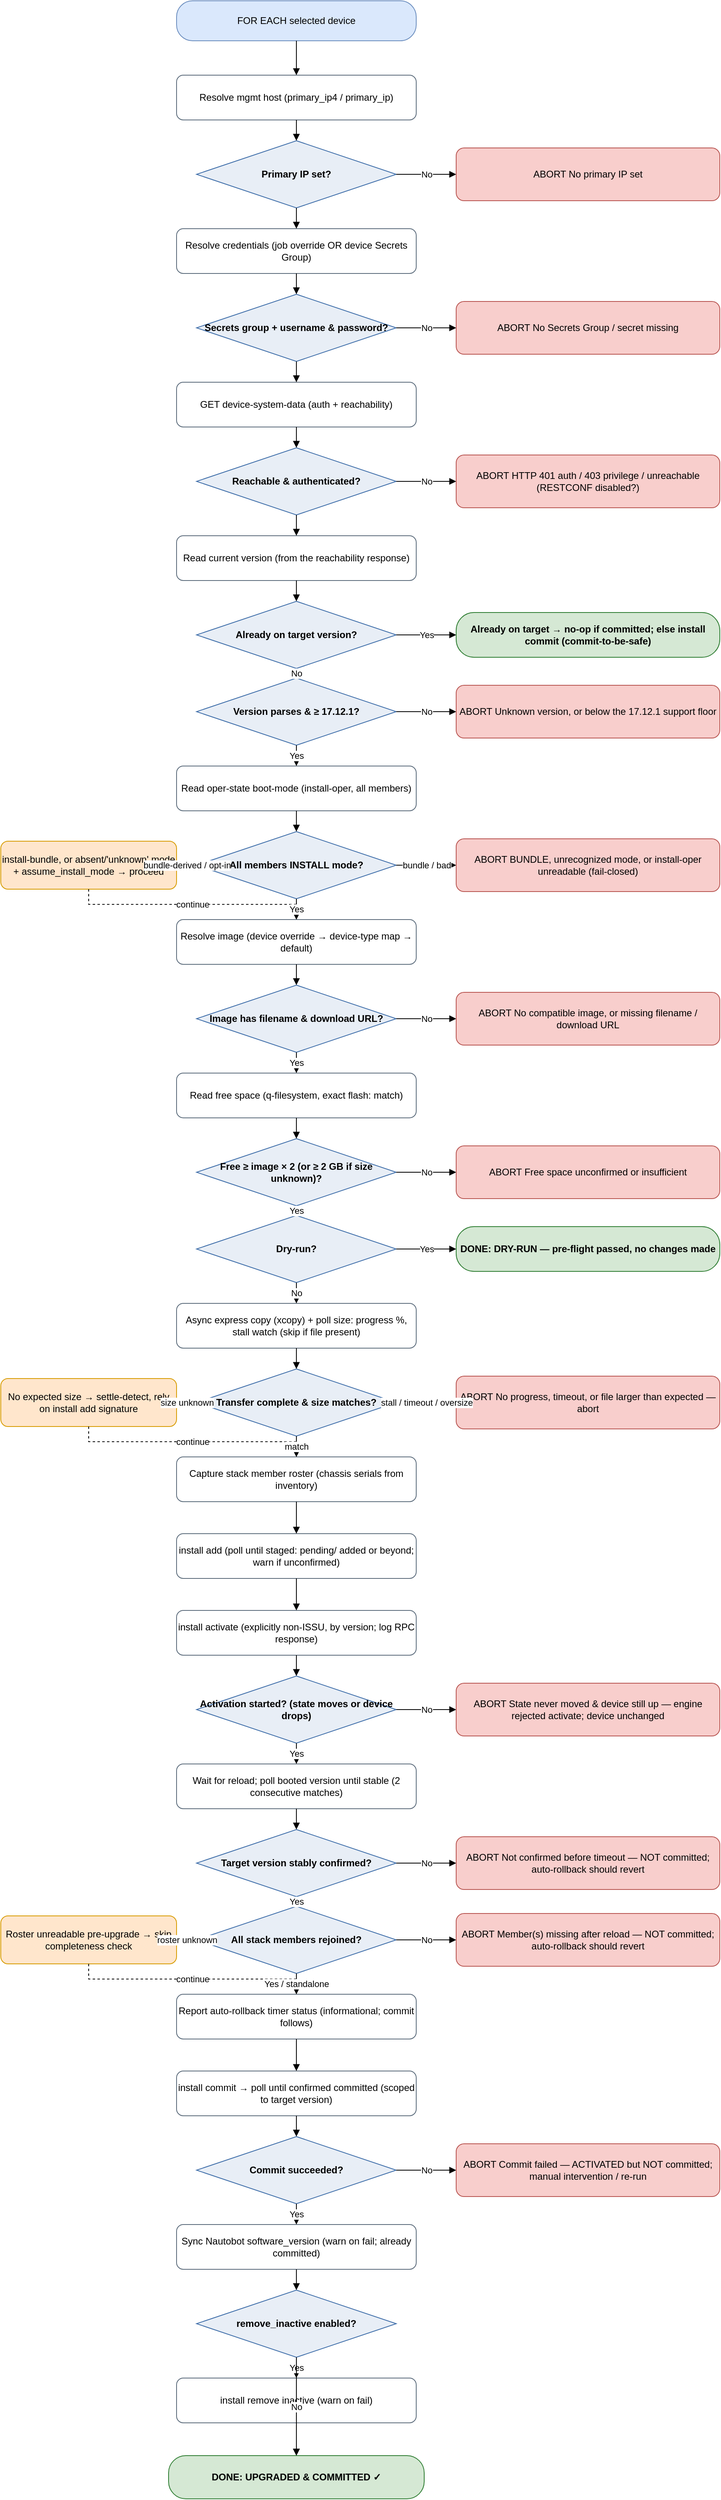
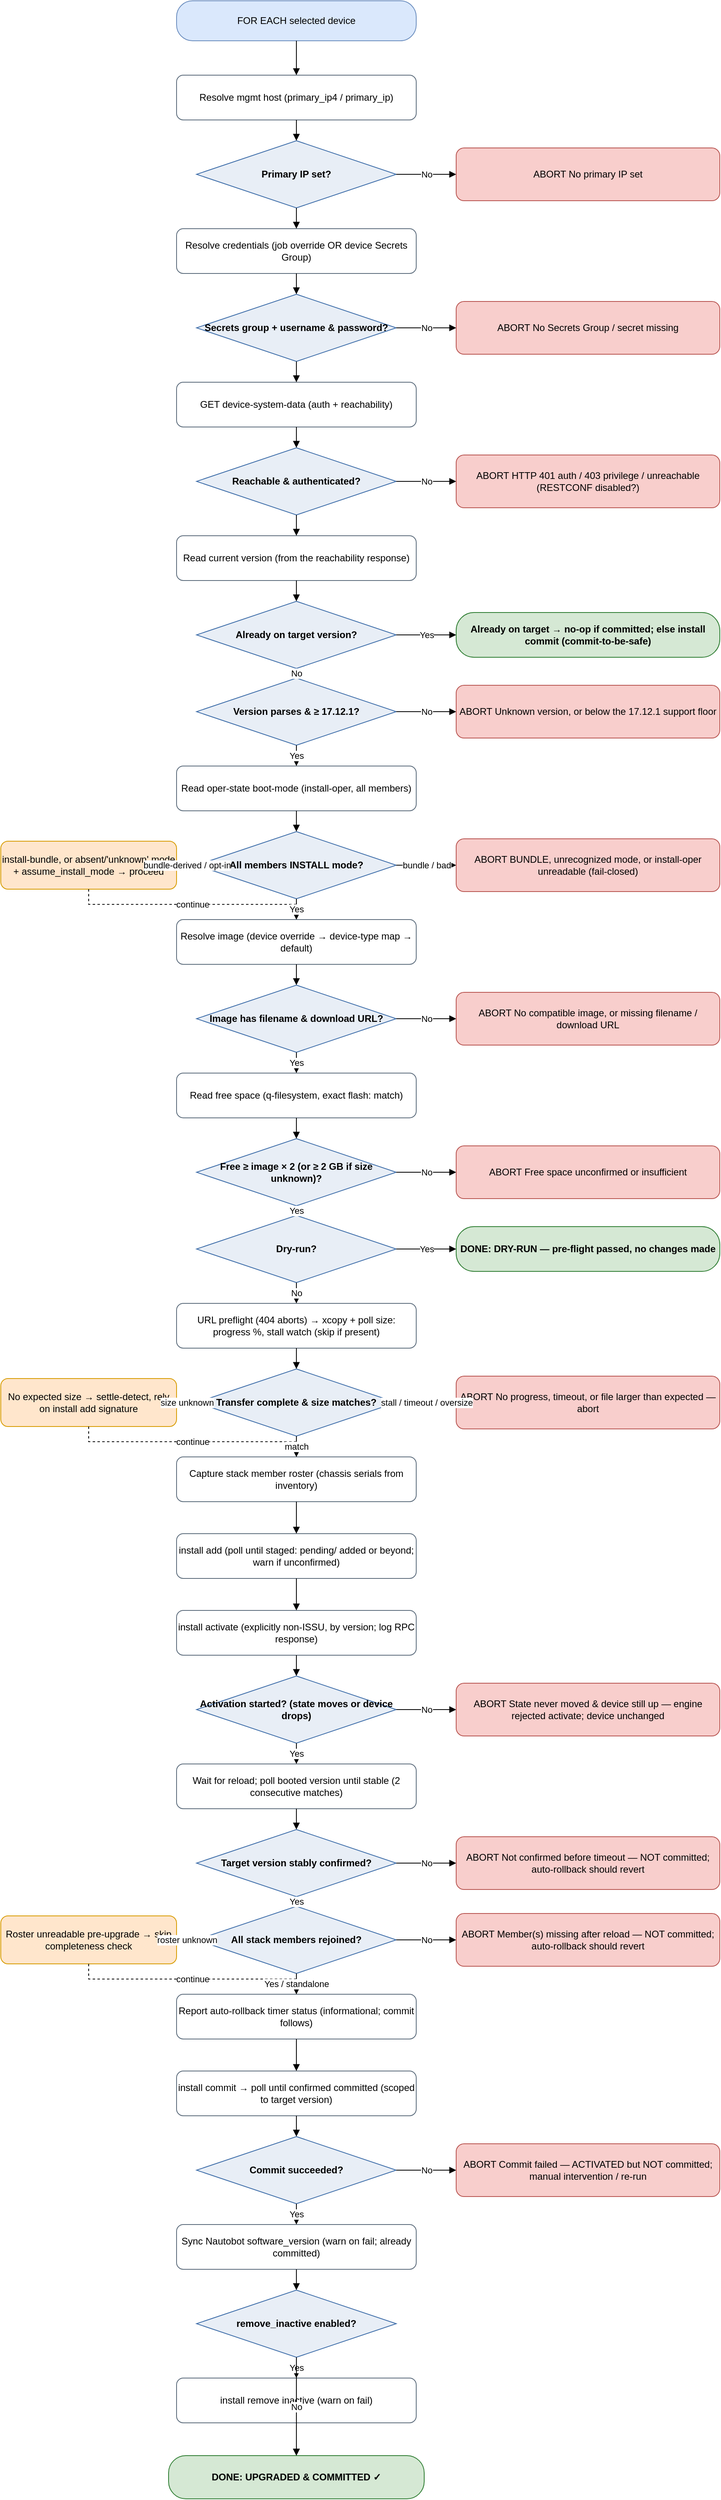
<mxfile host="app.diagrams.net" type="device">
  <diagram name="IOS-XE upgrade flow" id="iosxe-upgrade-flow">
    <mxGraphModel dx="1000" dy="2000" grid="1" gridSize="10" guides="1" tooltips="1"
        connect="1" arrows="1" fold="1" page="1" pageScale="1" math="0" shadow="0">
      <root>
        <mxCell id="0"/>
        <mxCell id="1" parent="0"/>
        <mxCell id="start" value="FOR EACH selected device" style="rounded=1;arcSize=40;whiteSpace=wrap;html=1;fillColor=#DAE8FC;strokeColor=#6C8EBF;" vertex="1" parent="1"><mxGeometry x="250" y="31" width="300" height="50" as="geometry"/></mxCell>
        <mxCell id="host" value="Resolve mgmt host&amp;#10;(primary_ip4 / primary_ip)" style="rounded=1;whiteSpace=wrap;html=1;fillColor=#FFFFFF;strokeColor=#5B6B7B;" vertex="1" parent="1"><mxGeometry x="250" y="124" width="300" height="56" as="geometry"/></mxCell>
        <mxCell id="d_ip" value="Primary IP set?" style="rhombus;whiteSpace=wrap;html=1;fillColor=#E8EEF6;strokeColor=#3C6CA8;fontStyle=1;" vertex="1" parent="1"><mxGeometry x="275" y="206" width="250" height="84" as="geometry"/></mxCell>
        <mxCell id="cred" value="Resolve credentials&amp;#10;(job override OR device Secrets Group)" style="rounded=1;whiteSpace=wrap;html=1;fillColor=#FFFFFF;strokeColor=#5B6B7B;" vertex="1" parent="1"><mxGeometry x="250" y="316" width="300" height="56" as="geometry"/></mxCell>
        <mxCell id="d_cred" value="Secrets group +&amp;#10;username &amp; password?" style="rhombus;whiteSpace=wrap;html=1;fillColor=#E8EEF6;strokeColor=#3C6CA8;fontStyle=1;" vertex="1" parent="1"><mxGeometry x="275" y="398" width="250" height="84" as="geometry"/></mxCell>
        <mxCell id="reach" value="GET device-system-data&amp;#10;(auth + reachability)" style="rounded=1;whiteSpace=wrap;html=1;fillColor=#FFFFFF;strokeColor=#5B6B7B;" vertex="1" parent="1"><mxGeometry x="250" y="508" width="300" height="56" as="geometry"/></mxCell>
        <mxCell id="d_reach" value="Reachable &amp;&amp;#10;authenticated?" style="rhombus;whiteSpace=wrap;html=1;fillColor=#E8EEF6;strokeColor=#3C6CA8;fontStyle=1;" vertex="1" parent="1"><mxGeometry x="275" y="590" width="250" height="84" as="geometry"/></mxCell>
        <mxCell id="curr" value="Read current version&amp;#10;(from the reachability response)" style="rounded=1;whiteSpace=wrap;html=1;fillColor=#FFFFFF;strokeColor=#5B6B7B;" vertex="1" parent="1"><mxGeometry x="250" y="700" width="300" height="56" as="geometry"/></mxCell>
        <mxCell id="d_target" value="Already on&amp;#10;target version?" style="rhombus;whiteSpace=wrap;html=1;fillColor=#E8EEF6;strokeColor=#3C6CA8;fontStyle=1;" vertex="1" parent="1"><mxGeometry x="275" y="782" width="250" height="84" as="geometry"/></mxCell>
        <mxCell id="d_floor" value="Version parses&amp;#10;&amp; ≥ 17.12.1?" style="rhombus;whiteSpace=wrap;html=1;fillColor=#E8EEF6;strokeColor=#3C6CA8;fontStyle=1;" vertex="1" parent="1"><mxGeometry x="275" y="878" width="250" height="84" as="geometry"/></mxCell>
        <mxCell id="mode" value="Read oper-state boot-mode&amp;#10;(install-oper, all members)" style="rounded=1;whiteSpace=wrap;html=1;fillColor=#FFFFFF;strokeColor=#5B6B7B;" vertex="1" parent="1"><mxGeometry x="250" y="988" width="300" height="56" as="geometry"/></mxCell>
        <mxCell id="d_mode" value="All members&amp;#10;INSTALL mode?" style="rhombus;whiteSpace=wrap;html=1;fillColor=#E8EEF6;strokeColor=#3C6CA8;fontStyle=1;" vertex="1" parent="1"><mxGeometry x="275" y="1070" width="250" height="84" as="geometry"/></mxCell>
        <mxCell id="img" value="Resolve image (device override →&amp;#10;device-type map → default)" style="rounded=1;whiteSpace=wrap;html=1;fillColor=#FFFFFF;strokeColor=#5B6B7B;" vertex="1" parent="1"><mxGeometry x="250" y="1180" width="300" height="56" as="geometry"/></mxCell>
        <mxCell id="d_img" value="Image has filename&amp;#10;&amp; download URL?" style="rhombus;whiteSpace=wrap;html=1;fillColor=#E8EEF6;strokeColor=#3C6CA8;fontStyle=1;" vertex="1" parent="1"><mxGeometry x="275" y="1262" width="250" height="84" as="geometry"/></mxCell>
        <mxCell id="space" value="Read free space&amp;#10;(q-filesystem, exact flash: match)" style="rounded=1;whiteSpace=wrap;html=1;fillColor=#FFFFFF;strokeColor=#5B6B7B;" vertex="1" parent="1"><mxGeometry x="250" y="1372" width="300" height="56" as="geometry"/></mxCell>
        <mxCell id="d_space" value="Free ≥ image × 2&amp;#10;(or ≥ 2 GB if size unknown)?" style="rhombus;whiteSpace=wrap;html=1;fillColor=#E8EEF6;strokeColor=#3C6CA8;fontStyle=1;" vertex="1" parent="1"><mxGeometry x="275" y="1454" width="250" height="84" as="geometry"/></mxCell>
        <mxCell id="d_dry" value="Dry-run?" style="rhombus;whiteSpace=wrap;html=1;fillColor=#E8EEF6;strokeColor=#3C6CA8;fontStyle=1;" vertex="1" parent="1"><mxGeometry x="275" y="1550" width="250" height="84" as="geometry"/></mxCell>
-         <mxCell id="copy" value="Async express copy (xcopy) + poll size:&amp;#10;progress %, stall watch (skip if file present)" style="rounded=1;whiteSpace=wrap;html=1;fillColor=#FFFFFF;strokeColor=#5B6B7B;" vertex="1" parent="1"><mxGeometry x="250" y="1660" width="300" height="56" as="geometry"/></mxCell>
+         <mxCell id="copy" value="URL preflight (404 aborts) → xcopy + poll&amp;#10;size: progress %, stall watch (skip if present)" style="rounded=1;whiteSpace=wrap;html=1;fillColor=#FFFFFF;strokeColor=#5B6B7B;" vertex="1" parent="1"><mxGeometry x="250" y="1660" width="300" height="56" as="geometry"/></mxCell>
        <mxCell id="d_size" value="Transfer complete&amp;#10;&amp; size matches?" style="rhombus;whiteSpace=wrap;html=1;fillColor=#E8EEF6;strokeColor=#3C6CA8;fontStyle=1;" vertex="1" parent="1"><mxGeometry x="275" y="1742" width="250" height="84" as="geometry"/></mxCell>
        <mxCell id="roster" value="Capture stack member roster&amp;#10;(chassis serials from inventory)" style="rounded=1;whiteSpace=wrap;html=1;fillColor=#FFFFFF;strokeColor=#5B6B7B;" vertex="1" parent="1"><mxGeometry x="250" y="1852" width="300" height="56" as="geometry"/></mxCell>
        <mxCell id="add" value="install add (poll until staged: pending/&amp;#10;added or beyond; warn if unconfirmed)" style="rounded=1;whiteSpace=wrap;html=1;fillColor=#FFFFFF;strokeColor=#5B6B7B;" vertex="1" parent="1"><mxGeometry x="250" y="1948" width="300" height="56" as="geometry"/></mxCell>
        <mxCell id="act" value="install activate (explicitly non-ISSU,&amp;#10;by version; log RPC response)" style="rounded=1;whiteSpace=wrap;html=1;fillColor=#FFFFFF;strokeColor=#5B6B7B;" vertex="1" parent="1"><mxGeometry x="250" y="2044" width="300" height="56" as="geometry"/></mxCell>
        <mxCell id="d_act" value="Activation started?&amp;#10;(state moves or device drops)" style="rhombus;whiteSpace=wrap;html=1;fillColor=#E8EEF6;strokeColor=#3C6CA8;fontStyle=1;" vertex="1" parent="1"><mxGeometry x="275" y="2126" width="250" height="84" as="geometry"/></mxCell>
        <mxCell id="waitc" value="Wait for reload; poll booted version&amp;#10;until stable (2 consecutive matches)" style="rounded=1;whiteSpace=wrap;html=1;fillColor=#FFFFFF;strokeColor=#5B6B7B;" vertex="1" parent="1"><mxGeometry x="250" y="2236" width="300" height="56" as="geometry"/></mxCell>
        <mxCell id="d_confirm" value="Target version&amp;#10;stably confirmed?" style="rhombus;whiteSpace=wrap;html=1;fillColor=#E8EEF6;strokeColor=#3C6CA8;fontStyle=1;" vertex="1" parent="1"><mxGeometry x="275" y="2318" width="250" height="84" as="geometry"/></mxCell>
        <mxCell id="d_members" value="All stack members&amp;#10;rejoined?" style="rhombus;whiteSpace=wrap;html=1;fillColor=#E8EEF6;strokeColor=#3C6CA8;fontStyle=1;" vertex="1" parent="1"><mxGeometry x="275" y="2414" width="250" height="84" as="geometry"/></mxCell>
        <mxCell id="rollbackchk" value="Report auto-rollback timer status&amp;#10;(informational; commit follows)" style="rounded=1;whiteSpace=wrap;html=1;fillColor=#FFFFFF;strokeColor=#5B6B7B;" vertex="1" parent="1"><mxGeometry x="250" y="2524" width="300" height="56" as="geometry"/></mxCell>
        <mxCell id="commit" value="install commit → poll until confirmed&amp;#10;committed (scoped to target version)" style="rounded=1;whiteSpace=wrap;html=1;fillColor=#FFFFFF;strokeColor=#5B6B7B;" vertex="1" parent="1"><mxGeometry x="250" y="2620" width="300" height="56" as="geometry"/></mxCell>
        <mxCell id="d_commit" value="Commit&amp;#10;succeeded?" style="rhombus;whiteSpace=wrap;html=1;fillColor=#E8EEF6;strokeColor=#3C6CA8;fontStyle=1;" vertex="1" parent="1"><mxGeometry x="275" y="2702" width="250" height="84" as="geometry"/></mxCell>
        <mxCell id="sync" value="Sync Nautobot software_version&amp;#10;(warn on fail; already committed)" style="rounded=1;whiteSpace=wrap;html=1;fillColor=#FFFFFF;strokeColor=#5B6B7B;" vertex="1" parent="1"><mxGeometry x="250" y="2812" width="300" height="56" as="geometry"/></mxCell>
        <mxCell id="d_remove" value="remove_inactive&amp;#10;enabled?" style="rhombus;whiteSpace=wrap;html=1;fillColor=#E8EEF6;strokeColor=#3C6CA8;fontStyle=1;" vertex="1" parent="1"><mxGeometry x="275" y="2894" width="250" height="84" as="geometry"/></mxCell>
        <mxCell id="remove" value="install remove inactive&amp;#10;(warn on fail)" style="rounded=1;whiteSpace=wrap;html=1;fillColor=#FFFFFF;strokeColor=#5B6B7B;" vertex="1" parent="1"><mxGeometry x="250" y="3004" width="300" height="56" as="geometry"/></mxCell>
        <mxCell id="ok" value="DONE: UPGRADED &amp; COMMITTED ✓" style="rounded=1;arcSize=40;whiteSpace=wrap;html=1;fillColor=#D5E8D4;strokeColor=#2E7D32;fontStyle=1;" vertex="1" parent="1"><mxGeometry x="240" y="3101" width="320" height="54" as="geometry"/></mxCell>
        <mxCell id="d_ip_abort" value="ABORT&amp;#10;No primary IP set" style="rounded=1;whiteSpace=wrap;html=1;fillColor=#F8CECC;strokeColor=#B85450;" vertex="1" parent="1"><mxGeometry x="600" y="215" width="330" height="66" as="geometry"/></mxCell>
        <mxCell id="d_cred_abort" value="ABORT&amp;#10;No Secrets Group / secret missing" style="rounded=1;whiteSpace=wrap;html=1;fillColor=#F8CECC;strokeColor=#B85450;" vertex="1" parent="1"><mxGeometry x="600" y="407" width="330" height="66" as="geometry"/></mxCell>
        <mxCell id="d_reach_abort" value="ABORT&amp;#10;HTTP 401 auth / 403 privilege /&amp;#10;unreachable (RESTCONF disabled?)" style="rounded=1;whiteSpace=wrap;html=1;fillColor=#F8CECC;strokeColor=#B85450;" vertex="1" parent="1"><mxGeometry x="600" y="599" width="330" height="66" as="geometry"/></mxCell>
        <mxCell id="d_target_ok" value="Already on target → no-op if committed;&amp;#10;else install commit (commit-to-be-safe)" style="rounded=1;arcSize=40;whiteSpace=wrap;html=1;fillColor=#D5E8D4;strokeColor=#2E7D32;fontStyle=1;" vertex="1" parent="1"><mxGeometry x="600" y="796" width="330" height="56" as="geometry"/></mxCell>
        <mxCell id="d_floor_abort" value="ABORT&amp;#10;Unknown version, or below the&amp;#10;17.12.1 support floor" style="rounded=1;whiteSpace=wrap;html=1;fillColor=#F8CECC;strokeColor=#B85450;" vertex="1" parent="1"><mxGeometry x="600" y="887" width="330" height="66" as="geometry"/></mxCell>
        <mxCell id="d_mode_abort" value="ABORT&amp;#10;BUNDLE, unrecognized mode, or&amp;#10;install-oper unreadable (fail-closed)" style="rounded=1;whiteSpace=wrap;html=1;fillColor=#F8CECC;strokeColor=#B85450;" vertex="1" parent="1"><mxGeometry x="600" y="1079" width="330" height="66" as="geometry"/></mxCell>
        <mxCell id="d_mode_warn" value="install-bundle, or absent/&#x27;unknown&#x27;&amp;#10;mode + assume_install_mode → proceed" style="rounded=1;whiteSpace=wrap;html=1;fillColor=#FFE6CC;strokeColor=#D79B00;" vertex="1" parent="1"><mxGeometry x="30" y="1082" width="220" height="60" as="geometry"/></mxCell>
        <mxCell id="d_img_abort" value="ABORT&amp;#10;No compatible image, or missing&amp;#10;filename / download URL" style="rounded=1;whiteSpace=wrap;html=1;fillColor=#F8CECC;strokeColor=#B85450;" vertex="1" parent="1"><mxGeometry x="600" y="1271" width="330" height="66" as="geometry"/></mxCell>
        <mxCell id="d_space_abort" value="ABORT&amp;#10;Free space unconfirmed or&amp;#10;insufficient" style="rounded=1;whiteSpace=wrap;html=1;fillColor=#F8CECC;strokeColor=#B85450;" vertex="1" parent="1"><mxGeometry x="600" y="1463" width="330" height="66" as="geometry"/></mxCell>
        <mxCell id="d_dry_ok" value="DONE: DRY-RUN — pre-flight&amp;#10;passed, no changes made" style="rounded=1;arcSize=40;whiteSpace=wrap;html=1;fillColor=#D5E8D4;strokeColor=#2E7D32;fontStyle=1;" vertex="1" parent="1"><mxGeometry x="600" y="1564" width="330" height="56" as="geometry"/></mxCell>
        <mxCell id="d_size_abort" value="ABORT&amp;#10;No progress, timeout, or file&amp;#10;larger than expected — abort" style="rounded=1;whiteSpace=wrap;html=1;fillColor=#F8CECC;strokeColor=#B85450;" vertex="1" parent="1"><mxGeometry x="600" y="1751" width="330" height="66" as="geometry"/></mxCell>
        <mxCell id="d_size_warn" value="No expected size → settle-detect,&amp;#10;rely on install add signature" style="rounded=1;whiteSpace=wrap;html=1;fillColor=#FFE6CC;strokeColor=#D79B00;" vertex="1" parent="1"><mxGeometry x="30" y="1754" width="220" height="60" as="geometry"/></mxCell>
        <mxCell id="d_act_abort" value="ABORT&amp;#10;State never moved &amp; device still up —&amp;#10;engine rejected activate; device unchanged" style="rounded=1;whiteSpace=wrap;html=1;fillColor=#F8CECC;strokeColor=#B85450;" vertex="1" parent="1"><mxGeometry x="600" y="2135" width="330" height="66" as="geometry"/></mxCell>
        <mxCell id="d_confirm_abort" value="ABORT&amp;#10;Not confirmed before timeout — NOT&amp;#10;committed; auto-rollback should revert" style="rounded=1;whiteSpace=wrap;html=1;fillColor=#F8CECC;strokeColor=#B85450;" vertex="1" parent="1"><mxGeometry x="600" y="2327" width="330" height="66" as="geometry"/></mxCell>
        <mxCell id="d_members_abort" value="ABORT&amp;#10;Member(s) missing after reload — NOT&amp;#10;committed; auto-rollback should revert" style="rounded=1;whiteSpace=wrap;html=1;fillColor=#F8CECC;strokeColor=#B85450;" vertex="1" parent="1"><mxGeometry x="600" y="2423" width="330" height="66" as="geometry"/></mxCell>
        <mxCell id="d_members_warn" value="Roster unreadable pre-upgrade →&amp;#10;skip completeness check" style="rounded=1;whiteSpace=wrap;html=1;fillColor=#FFE6CC;strokeColor=#D79B00;" vertex="1" parent="1"><mxGeometry x="30" y="2426" width="220" height="60" as="geometry"/></mxCell>
        <mxCell id="d_commit_abort" value="ABORT&amp;#10;Commit failed — ACTIVATED but NOT&amp;#10;committed; manual intervention / re-run" style="rounded=1;whiteSpace=wrap;html=1;fillColor=#F8CECC;strokeColor=#B85450;" vertex="1" parent="1"><mxGeometry x="600" y="2711" width="330" height="66" as="geometry"/></mxCell>
        <mxCell id="e_d_ip_abort" value="No" style="edgeStyle=orthogonalEdgeStyle;rounded=0;html=1;endArrow=block;" edge="1" parent="1" source="d_ip" target="d_ip_abort"><mxGeometry relative="1" as="geometry"/></mxCell>
        <mxCell id="e_d_cred_abort" value="No" style="edgeStyle=orthogonalEdgeStyle;rounded=0;html=1;endArrow=block;" edge="1" parent="1" source="d_cred" target="d_cred_abort"><mxGeometry relative="1" as="geometry"/></mxCell>
        <mxCell id="e_d_reach_abort" value="No" style="edgeStyle=orthogonalEdgeStyle;rounded=0;html=1;endArrow=block;" edge="1" parent="1" source="d_reach" target="d_reach_abort"><mxGeometry relative="1" as="geometry"/></mxCell>
        <mxCell id="e_d_target_ok" value="Yes" style="edgeStyle=orthogonalEdgeStyle;rounded=0;html=1;endArrow=block;" edge="1" parent="1" source="d_target" target="d_target_ok"><mxGeometry relative="1" as="geometry"/></mxCell>
        <mxCell id="e_d_floor_abort" value="No" style="edgeStyle=orthogonalEdgeStyle;rounded=0;html=1;endArrow=block;" edge="1" parent="1" source="d_floor" target="d_floor_abort"><mxGeometry relative="1" as="geometry"/></mxCell>
        <mxCell id="e_d_mode_abort" value="bundle / bad" style="edgeStyle=orthogonalEdgeStyle;rounded=0;html=1;endArrow=block;" edge="1" parent="1" source="d_mode" target="d_mode_abort"><mxGeometry relative="1" as="geometry"/></mxCell>
        <mxCell id="e_d_mode_warn" value="bundle-derived /
opt-in" style="edgeStyle=orthogonalEdgeStyle;rounded=0;html=1;endArrow=block;" edge="1" parent="1" source="d_mode" target="d_mode_warn"><mxGeometry relative="1" as="geometry"/></mxCell>
        <mxCell id="e_d_mode_warn_join" value="continue" style="edgeStyle=orthogonalEdgeStyle;rounded=0;html=1;endArrow=block;dashed=1;" edge="1" parent="1" source="d_mode_warn" target="img"><mxGeometry relative="1" as="geometry"/></mxCell>
        <mxCell id="e_d_img_abort" value="No" style="edgeStyle=orthogonalEdgeStyle;rounded=0;html=1;endArrow=block;" edge="1" parent="1" source="d_img" target="d_img_abort"><mxGeometry relative="1" as="geometry"/></mxCell>
        <mxCell id="e_d_space_abort" value="No" style="edgeStyle=orthogonalEdgeStyle;rounded=0;html=1;endArrow=block;" edge="1" parent="1" source="d_space" target="d_space_abort"><mxGeometry relative="1" as="geometry"/></mxCell>
        <mxCell id="e_d_dry_ok" value="Yes" style="edgeStyle=orthogonalEdgeStyle;rounded=0;html=1;endArrow=block;" edge="1" parent="1" source="d_dry" target="d_dry_ok"><mxGeometry relative="1" as="geometry"/></mxCell>
        <mxCell id="e_d_size_abort" value="stall / timeout /
oversize" style="edgeStyle=orthogonalEdgeStyle;rounded=0;html=1;endArrow=block;" edge="1" parent="1" source="d_size" target="d_size_abort"><mxGeometry relative="1" as="geometry"/></mxCell>
        <mxCell id="e_d_size_warn" value="size unknown" style="edgeStyle=orthogonalEdgeStyle;rounded=0;html=1;endArrow=block;" edge="1" parent="1" source="d_size" target="d_size_warn"><mxGeometry relative="1" as="geometry"/></mxCell>
        <mxCell id="e_d_size_warn_join" value="continue" style="edgeStyle=orthogonalEdgeStyle;rounded=0;html=1;endArrow=block;dashed=1;" edge="1" parent="1" source="d_size_warn" target="roster"><mxGeometry relative="1" as="geometry"/></mxCell>
        <mxCell id="e_d_act_abort" value="No" style="edgeStyle=orthogonalEdgeStyle;rounded=0;html=1;endArrow=block;" edge="1" parent="1" source="d_act" target="d_act_abort"><mxGeometry relative="1" as="geometry"/></mxCell>
        <mxCell id="e_d_confirm_abort" value="No" style="edgeStyle=orthogonalEdgeStyle;rounded=0;html=1;endArrow=block;" edge="1" parent="1" source="d_confirm" target="d_confirm_abort"><mxGeometry relative="1" as="geometry"/></mxCell>
        <mxCell id="e_d_members_abort" value="No" style="edgeStyle=orthogonalEdgeStyle;rounded=0;html=1;endArrow=block;" edge="1" parent="1" source="d_members" target="d_members_abort"><mxGeometry relative="1" as="geometry"/></mxCell>
        <mxCell id="e_d_members_warn" value="roster unknown" style="edgeStyle=orthogonalEdgeStyle;rounded=0;html=1;endArrow=block;" edge="1" parent="1" source="d_members" target="d_members_warn"><mxGeometry relative="1" as="geometry"/></mxCell>
        <mxCell id="e_d_members_warn_join" value="continue" style="edgeStyle=orthogonalEdgeStyle;rounded=0;html=1;endArrow=block;dashed=1;" edge="1" parent="1" source="d_members_warn" target="rollbackchk"><mxGeometry relative="1" as="geometry"/></mxCell>
        <mxCell id="e_d_commit_abort" value="No" style="edgeStyle=orthogonalEdgeStyle;rounded=0;html=1;endArrow=block;" edge="1" parent="1" source="d_commit" target="d_commit_abort"><mxGeometry relative="1" as="geometry"/></mxCell>
        <mxCell id="e_start_host" value="" style="edgeStyle=orthogonalEdgeStyle;rounded=0;html=1;endArrow=block;" edge="1" parent="1" source="start" target="host"><mxGeometry relative="1" as="geometry"/></mxCell>
        <mxCell id="e_host_d_ip" value="" style="edgeStyle=orthogonalEdgeStyle;rounded=0;html=1;endArrow=block;" edge="1" parent="1" source="host" target="d_ip"><mxGeometry relative="1" as="geometry"/></mxCell>
        <mxCell id="e_d_ip_cred" value="" style="edgeStyle=orthogonalEdgeStyle;rounded=0;html=1;endArrow=block;" edge="1" parent="1" source="d_ip" target="cred"><mxGeometry relative="1" as="geometry"/></mxCell>
        <mxCell id="e_cred_d_cred" value="" style="edgeStyle=orthogonalEdgeStyle;rounded=0;html=1;endArrow=block;" edge="1" parent="1" source="cred" target="d_cred"><mxGeometry relative="1" as="geometry"/></mxCell>
        <mxCell id="e_d_cred_reach" value="" style="edgeStyle=orthogonalEdgeStyle;rounded=0;html=1;endArrow=block;" edge="1" parent="1" source="d_cred" target="reach"><mxGeometry relative="1" as="geometry"/></mxCell>
        <mxCell id="e_reach_d_reach" value="" style="edgeStyle=orthogonalEdgeStyle;rounded=0;html=1;endArrow=block;" edge="1" parent="1" source="reach" target="d_reach"><mxGeometry relative="1" as="geometry"/></mxCell>
        <mxCell id="e_d_reach_curr" value="" style="edgeStyle=orthogonalEdgeStyle;rounded=0;html=1;endArrow=block;" edge="1" parent="1" source="d_reach" target="curr"><mxGeometry relative="1" as="geometry"/></mxCell>
        <mxCell id="e_curr_d_target" value="" style="edgeStyle=orthogonalEdgeStyle;rounded=0;html=1;endArrow=block;" edge="1" parent="1" source="curr" target="d_target"><mxGeometry relative="1" as="geometry"/></mxCell>
        <mxCell id="e_d_target_d_floor" value="No" style="edgeStyle=orthogonalEdgeStyle;rounded=0;html=1;endArrow=block;" edge="1" parent="1" source="d_target" target="d_floor"><mxGeometry relative="1" as="geometry"/></mxCell>
        <mxCell id="e_d_floor_mode" value="Yes" style="edgeStyle=orthogonalEdgeStyle;rounded=0;html=1;endArrow=block;" edge="1" parent="1" source="d_floor" target="mode"><mxGeometry relative="1" as="geometry"/></mxCell>
        <mxCell id="e_mode_d_mode" value="" style="edgeStyle=orthogonalEdgeStyle;rounded=0;html=1;endArrow=block;" edge="1" parent="1" source="mode" target="d_mode"><mxGeometry relative="1" as="geometry"/></mxCell>
        <mxCell id="e_d_mode_img" value="Yes" style="edgeStyle=orthogonalEdgeStyle;rounded=0;html=1;endArrow=block;" edge="1" parent="1" source="d_mode" target="img"><mxGeometry relative="1" as="geometry"/></mxCell>
        <mxCell id="e_img_d_img" value="" style="edgeStyle=orthogonalEdgeStyle;rounded=0;html=1;endArrow=block;" edge="1" parent="1" source="img" target="d_img"><mxGeometry relative="1" as="geometry"/></mxCell>
        <mxCell id="e_d_img_space" value="Yes" style="edgeStyle=orthogonalEdgeStyle;rounded=0;html=1;endArrow=block;" edge="1" parent="1" source="d_img" target="space"><mxGeometry relative="1" as="geometry"/></mxCell>
        <mxCell id="e_space_d_space" value="" style="edgeStyle=orthogonalEdgeStyle;rounded=0;html=1;endArrow=block;" edge="1" parent="1" source="space" target="d_space"><mxGeometry relative="1" as="geometry"/></mxCell>
        <mxCell id="e_d_space_d_dry" value="Yes" style="edgeStyle=orthogonalEdgeStyle;rounded=0;html=1;endArrow=block;" edge="1" parent="1" source="d_space" target="d_dry"><mxGeometry relative="1" as="geometry"/></mxCell>
        <mxCell id="e_d_dry_copy" value="No" style="edgeStyle=orthogonalEdgeStyle;rounded=0;html=1;endArrow=block;" edge="1" parent="1" source="d_dry" target="copy"><mxGeometry relative="1" as="geometry"/></mxCell>
        <mxCell id="e_copy_d_size" value="" style="edgeStyle=orthogonalEdgeStyle;rounded=0;html=1;endArrow=block;" edge="1" parent="1" source="copy" target="d_size"><mxGeometry relative="1" as="geometry"/></mxCell>
        <mxCell id="e_d_size_roster" value="match" style="edgeStyle=orthogonalEdgeStyle;rounded=0;html=1;endArrow=block;" edge="1" parent="1" source="d_size" target="roster"><mxGeometry relative="1" as="geometry"/></mxCell>
        <mxCell id="e_roster_add" value="" style="edgeStyle=orthogonalEdgeStyle;rounded=0;html=1;endArrow=block;" edge="1" parent="1" source="roster" target="add"><mxGeometry relative="1" as="geometry"/></mxCell>
        <mxCell id="e_add_act" value="" style="edgeStyle=orthogonalEdgeStyle;rounded=0;html=1;endArrow=block;" edge="1" parent="1" source="add" target="act"><mxGeometry relative="1" as="geometry"/></mxCell>
        <mxCell id="e_act_d_act" value="" style="edgeStyle=orthogonalEdgeStyle;rounded=0;html=1;endArrow=block;" edge="1" parent="1" source="act" target="d_act"><mxGeometry relative="1" as="geometry"/></mxCell>
        <mxCell id="e_d_act_waitc" value="Yes" style="edgeStyle=orthogonalEdgeStyle;rounded=0;html=1;endArrow=block;" edge="1" parent="1" source="d_act" target="waitc"><mxGeometry relative="1" as="geometry"/></mxCell>
        <mxCell id="e_waitc_d_confirm" value="" style="edgeStyle=orthogonalEdgeStyle;rounded=0;html=1;endArrow=block;" edge="1" parent="1" source="waitc" target="d_confirm"><mxGeometry relative="1" as="geometry"/></mxCell>
        <mxCell id="e_d_confirm_d_members" value="Yes" style="edgeStyle=orthogonalEdgeStyle;rounded=0;html=1;endArrow=block;" edge="1" parent="1" source="d_confirm" target="d_members"><mxGeometry relative="1" as="geometry"/></mxCell>
        <mxCell id="e_d_members_rollbackchk" value="Yes / standalone" style="edgeStyle=orthogonalEdgeStyle;rounded=0;html=1;endArrow=block;" edge="1" parent="1" source="d_members" target="rollbackchk"><mxGeometry relative="1" as="geometry"/></mxCell>
        <mxCell id="e_rollbackchk_commit" value="" style="edgeStyle=orthogonalEdgeStyle;rounded=0;html=1;endArrow=block;" edge="1" parent="1" source="rollbackchk" target="commit"><mxGeometry relative="1" as="geometry"/></mxCell>
        <mxCell id="e_commit_d_commit" value="" style="edgeStyle=orthogonalEdgeStyle;rounded=0;html=1;endArrow=block;" edge="1" parent="1" source="commit" target="d_commit"><mxGeometry relative="1" as="geometry"/></mxCell>
        <mxCell id="e_d_commit_sync" value="Yes" style="edgeStyle=orthogonalEdgeStyle;rounded=0;html=1;endArrow=block;" edge="1" parent="1" source="d_commit" target="sync"><mxGeometry relative="1" as="geometry"/></mxCell>
        <mxCell id="e_sync_d_remove" value="" style="edgeStyle=orthogonalEdgeStyle;rounded=0;html=1;endArrow=block;" edge="1" parent="1" source="sync" target="d_remove"><mxGeometry relative="1" as="geometry"/></mxCell>
        <mxCell id="e_remove_yes" value="Yes" style="edgeStyle=orthogonalEdgeStyle;rounded=0;html=1;endArrow=block;" edge="1" parent="1" source="d_remove" target="remove"><mxGeometry relative="1" as="geometry"/></mxCell>
        <mxCell id="e_remove_ok" value="" style="edgeStyle=orthogonalEdgeStyle;rounded=0;html=1;endArrow=block;" edge="1" parent="1" source="remove" target="ok"><mxGeometry relative="1" as="geometry"/></mxCell>
        <mxCell id="e_remove_no" value="No" style="edgeStyle=orthogonalEdgeStyle;rounded=0;html=1;endArrow=block;" edge="1" parent="1" source="d_remove" target="ok"><mxGeometry relative="1" as="geometry"/></mxCell>
      </root>
    </mxGraphModel>
  </diagram>
</mxfile>
